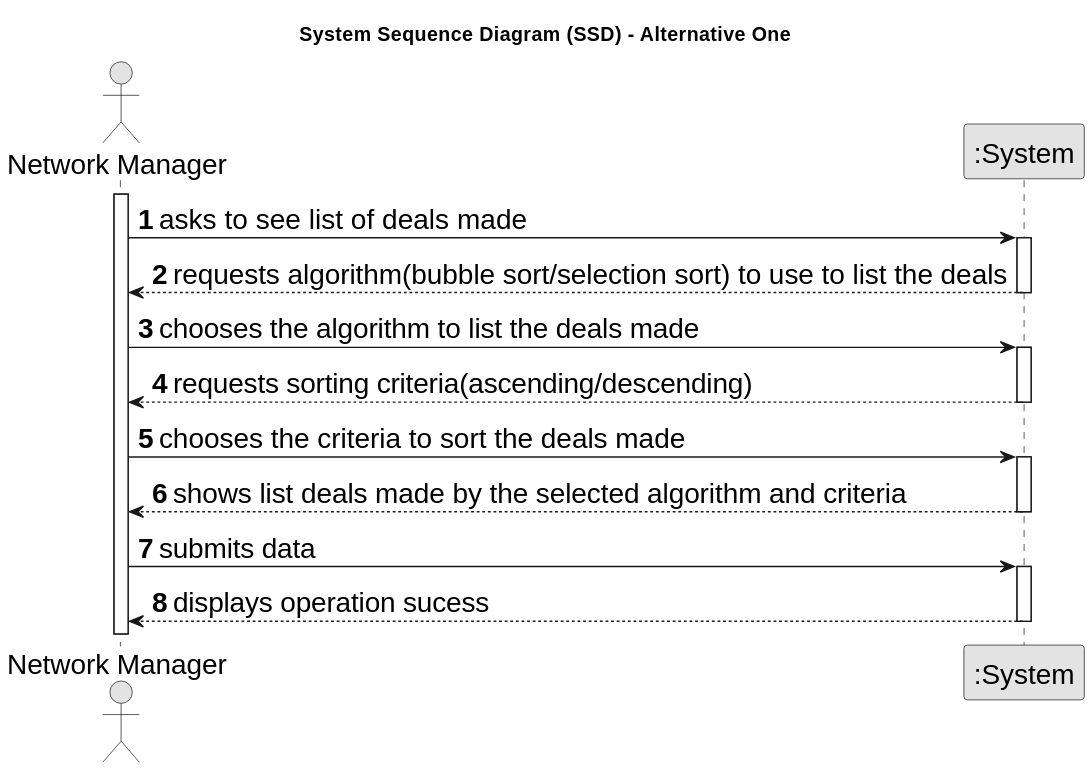
Before: docs/sprintD/US017/01.requirements-engineering/svg/us17-system-sequence-diagram.svg, a diagram exported from PlantUML (PureNimble/ISEP-LAPR2).
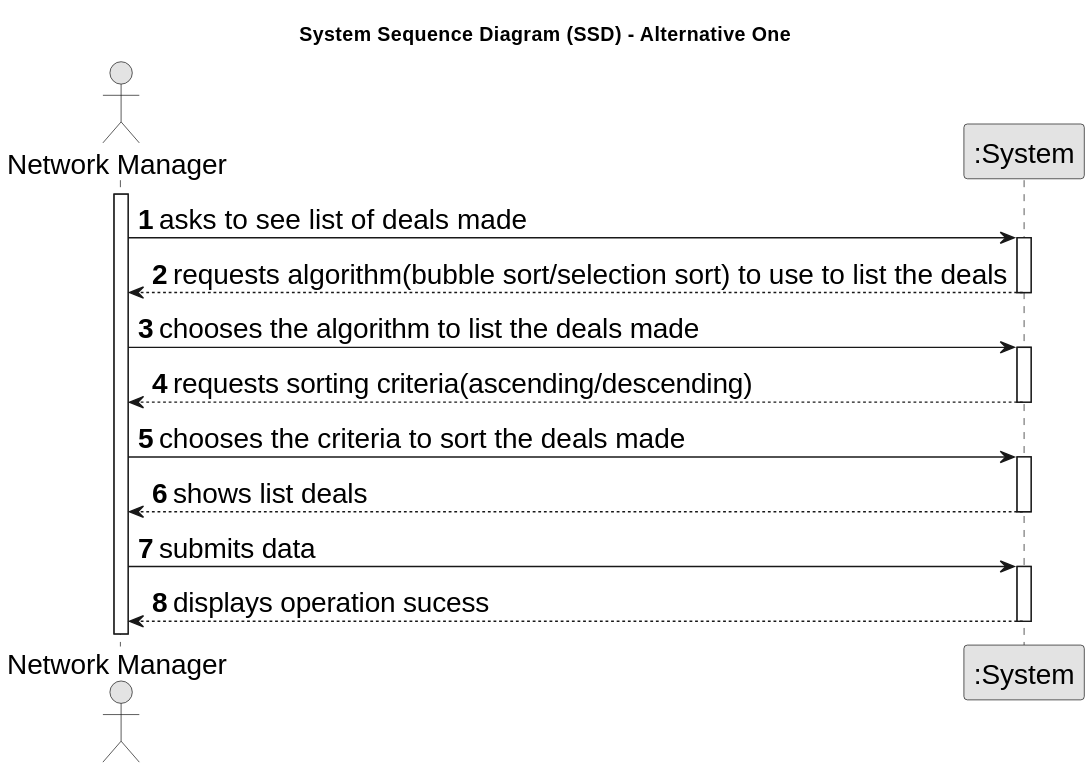
Above is the later version.

Change to the diagram source:
```diff
@@ -28,7 +28,7 @@
         NetworkManager -> System : chooses the criteria to sort the deals made
                 activate System
 
-           System --> NetworkManager : shows list deals made by the selected algorithm and criteria
+           System --> NetworkManager : shows list deals
        deactivate System
 
 
```
